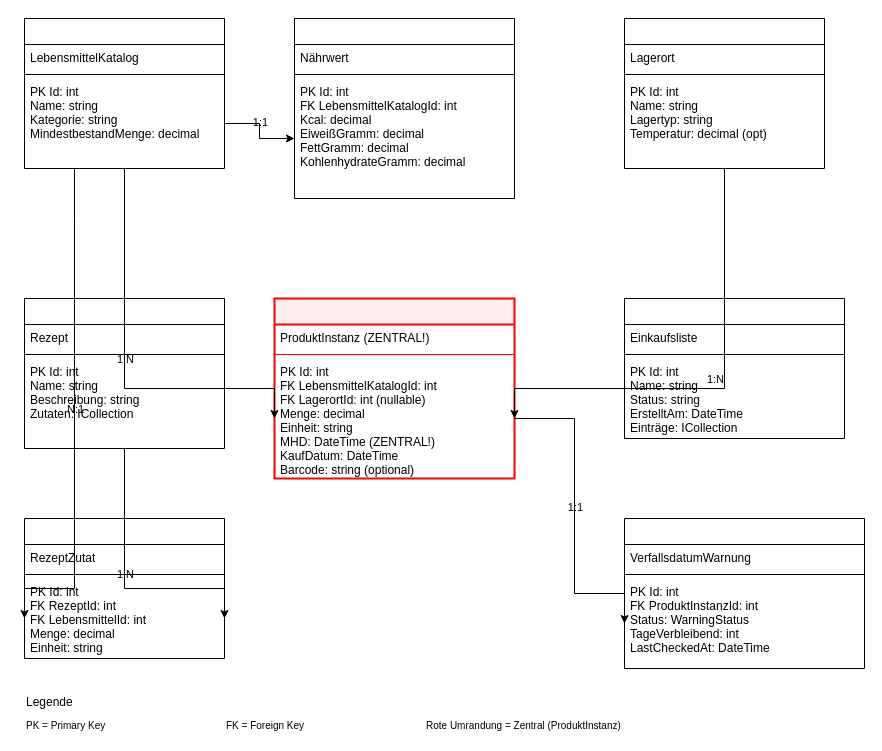
The draw.io diagram diagrams/database-schema.drawio in BenediktHelwig/FoodDatabase, before the edit. Source tidied: cells renumbered, new cells numbered last; positions are measured from the earlier drawing's top-left corner, leaving out a move shared by most shapes. Both pictures are drawn from the tidied source at 100%, with x=0, y=0 at pixel (24, 18).
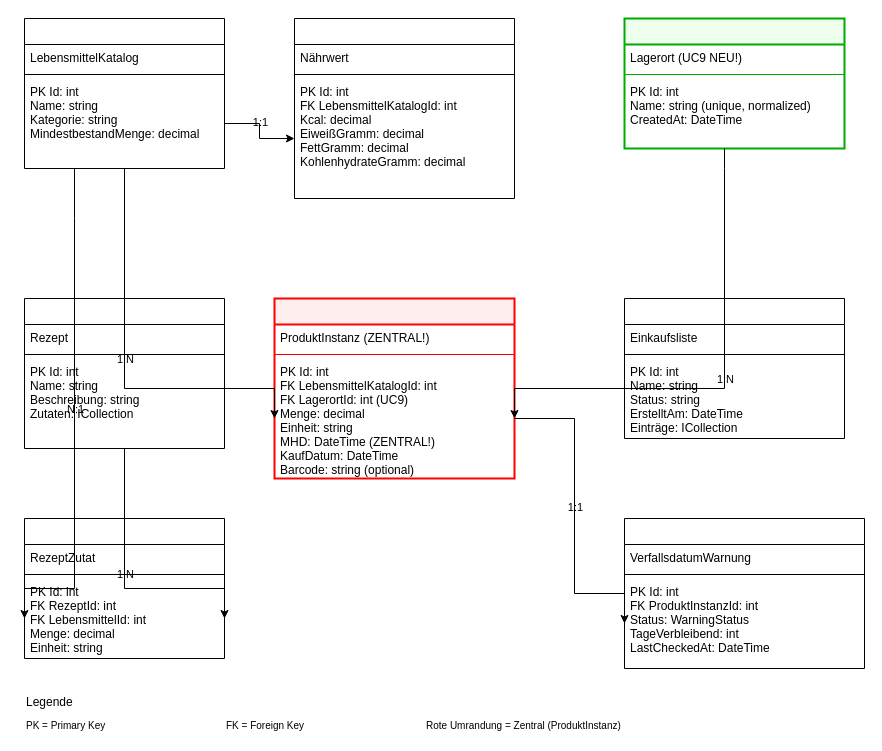
The same diagram, later.

The change refers to these unchanged cells:
```xml
<mxCell id="14" style="swimlane;fontStyle=1;align=center;verticalAlign=top;horizontal=1;startSize=26;collapsed=0;fillColor=#ffeeee;strokeColor=#ff0000;strokeWidth=2;" parent="1" vertex="1">
  <mxGeometry x="250" y="280" width="240" height="180" as="geometry" />
</mxCell>
```

The edit, as a diff of the source:
```diff
@@
-    <mxCell id="10" style="swimlane;fontStyle=1;align=center;verticalAlign=top;horizontal=1;startSize=26;collapsed=0;fillColor=#ffffff;strokeColor=#000000;" parent="1" vertex="1">
-      <mxGeometry x="600" width="200" height="150" as="geometry" />
+    <mxCell id="10" style="swimlane;fontStyle=1;align=center;verticalAlign=top;horizontal=1;startSize=26;collapsed=0;fillColor=#eeffee;strokeColor=#00aa00;strokeWidth=2;" parent="1" vertex="1">
+      <mxGeometry x="600" width="220" height="130" as="geometry" />
     </mxCell>
-    <mxCell id="11" value="Lagerort" style="text;strokeColor=none;fillColor=none;align=left;verticalAlign=top;spacingLeft=4;spacingRight=4;overflow=hidden;fontStyle=bold;" parent="10" vertex="1">
-      <mxGeometry y="26" width="200" height="26" as="geometry" />
+    <mxCell id="11" value="Lagerort (UC9 NEU!)" style="text;strokeColor=none;fillColor=none;align=left;verticalAlign=top;spacingLeft=4;spacingRight=4;overflow=hidden;fontStyle=bold;color=#00aa00;" parent="10" vertex="1">
+      <mxGeometry y="26" width="220" height="26" as="geometry" />
     </mxCell>
-    <mxCell id="12" style="line;strokeWidth=1;fillColor=none;align=left;verticalAlign=middle;spacingTop=-1;spacingLeft=4;spacingRight=4;strokeColor=#000000;" parent="10" vertex="1">
-      <mxGeometry y="52" width="200" height="8" as="geometry" />
+    <mxCell id="12" style="line;strokeWidth=1;fillColor=none;align=left;verticalAlign=middle;spacingTop=-1;spacingLeft=4;spacingRight=4;strokeColor=#00aa00;" parent="10" vertex="1">
+      <mxGeometry y="52" width="220" height="8" as="geometry" />
     </mxCell>
-    <mxCell id="13" value="PK Id: int&#10;Name: string&#10;Lagertyp: string&#10;Temperatur: decimal (opt)" style="text;strokeColor=none;fillColor=none;align=left;verticalAlign=top;spacingLeft=4;spacingRight=4;overflow=hidden;points=[[0,0.5],[1,0.5]];portConstraint=eastwest;" parent="10" vertex="1">
-      <mxGeometry y="60" width="200" height="90" as="geometry" />
+    <mxCell id="13" value="PK Id: int&#10;Name: string (unique, normalized)&#10;CreatedAt: DateTime" style="text;strokeColor=none;fillColor=none;align=left;verticalAlign=top;spacingLeft=4;spacingRight=4;overflow=hidden;points=[[0,0.5],[1,0.5]];portConstraint=eastwest;" parent="10" vertex="1">
+      <mxGeometry y="60" width="220" height="70" as="geometry" />
     </mxCell>
@@
-    <mxCell id="17" value="PK Id: int&#10;FK LebensmittelKatalogId: int&#10;FK LagerortId: int (nullable)&#10;Menge: decimal&#10;Einheit: string&#10;MHD: DateTime (ZENTRAL!)&#10;KaufDatum: DateTime&#10;Barcode: string (optional)" style="text;strokeColor=none;fillColor=none;align=left;verticalAlign=top;spacingLeft=4;spacingRight=4;overflow=hidden;points=[[0,0.5],[1,0.5]];portConstraint=eastwest;" parent="14" vertex="1">
+    <mxCell id="17" value="PK Id: int&#10;FK LebensmittelKatalogId: int&#10;FK LagerortId: int (UC9)&#10;Menge: decimal&#10;Einheit: string&#10;MHD: DateTime (ZENTRAL!)&#10;KaufDatum: DateTime&#10;Barcode: string (optional)" style="text;strokeColor=none;fillColor=none;align=left;verticalAlign=top;spacingLeft=4;spacingRight=4;overflow=hidden;points=[[0,0.5],[1,0.5]];portConstraint=eastwest;" parent="14" vertex="1">
       <mxGeometry y="60" width="240" height="120" as="geometry" />
     </mxCell>
```
